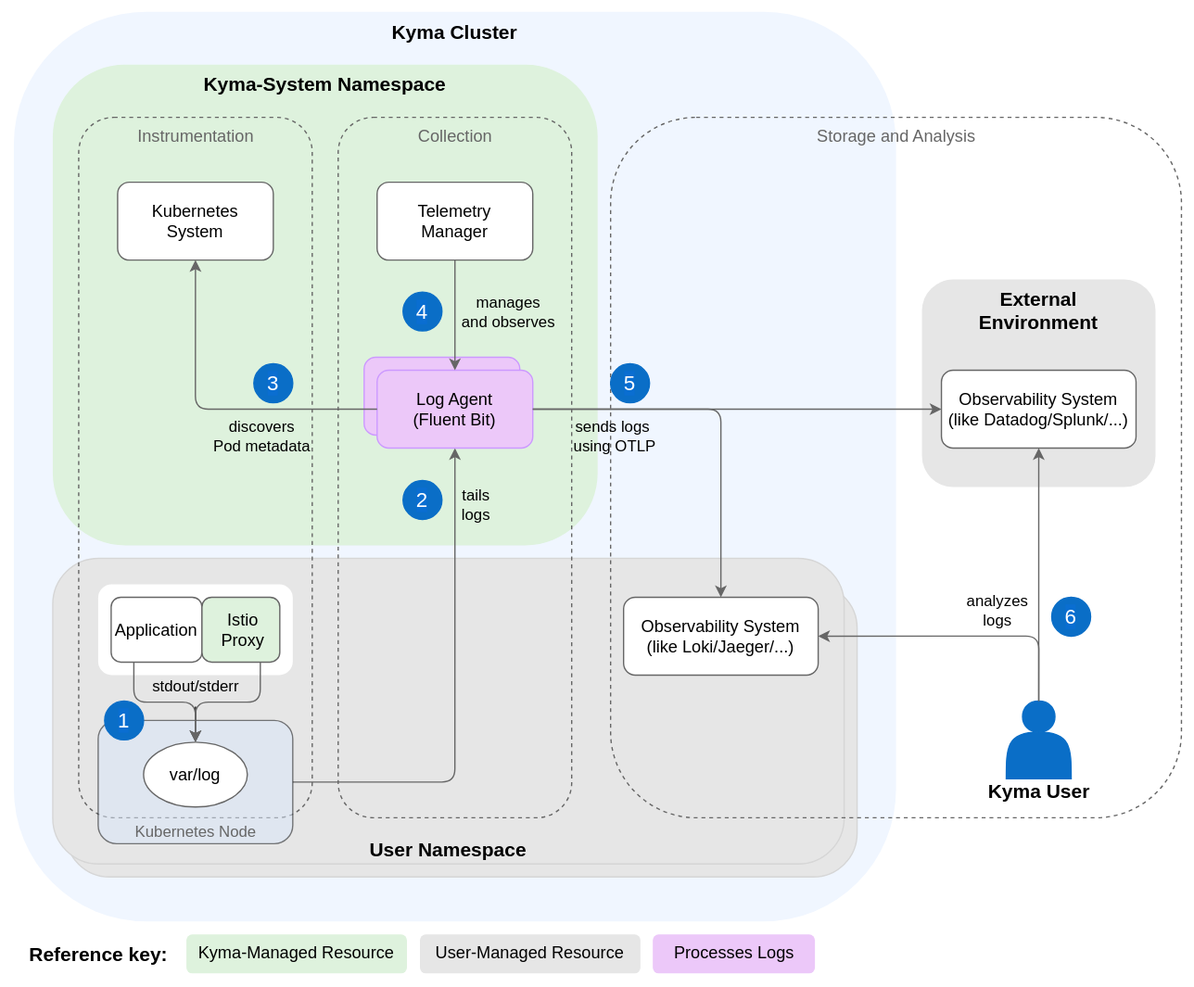
This is docs/user/assets/logs-arch.drawio.svg from kyma-project/telemetry-manager, a draw.io export, as it was before one commit. Source tidied: cells renumbered, new cells last; positions are measured from the earlier drawing's top-left corner, leaving out a move shared by most shapes.
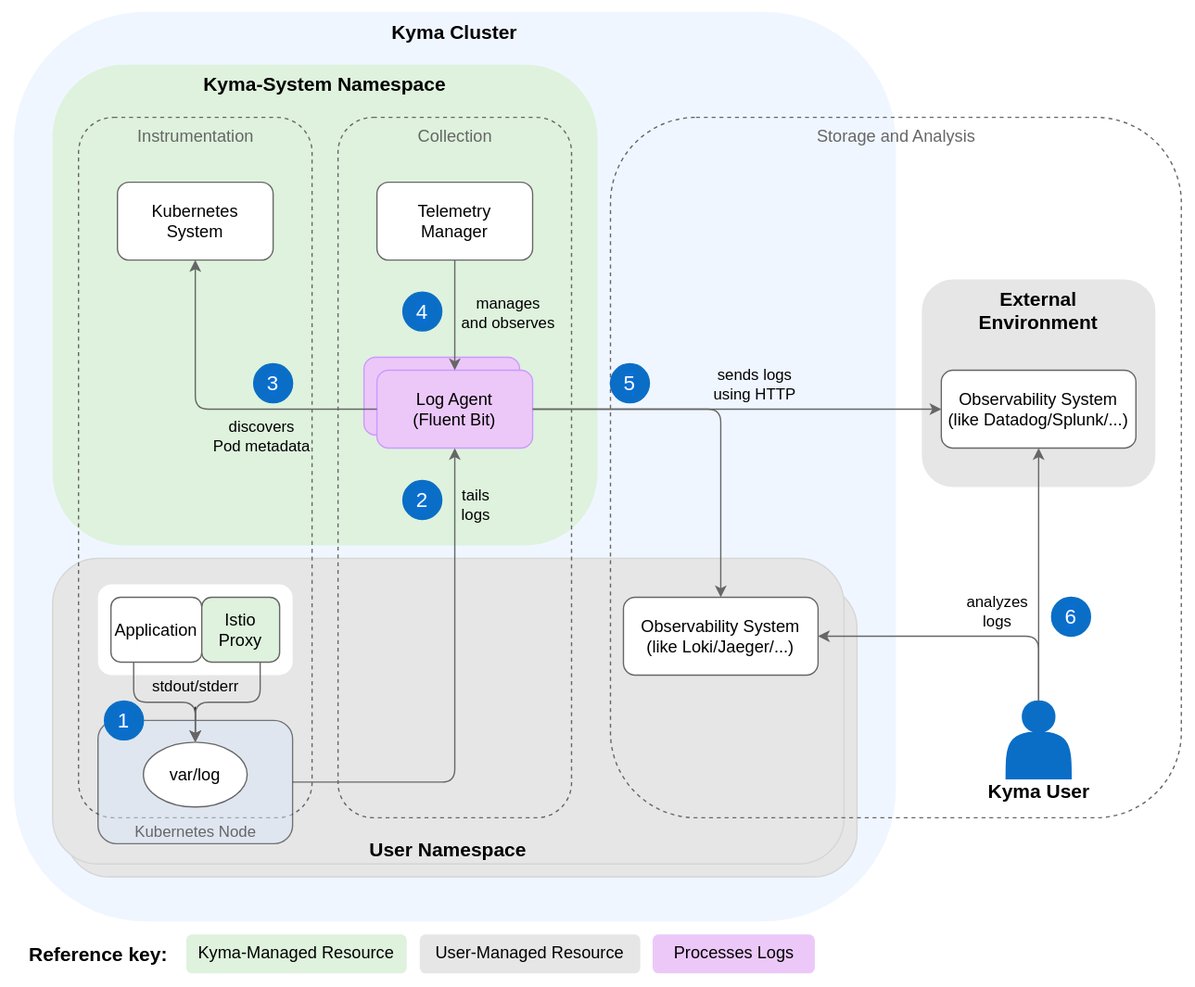
The same file after the commit.

Commit message:
docs: Improved metrics troubleshooting (#1413)

Diff of the diagram source:
```diff
@@ -111,9 +111,9 @@
         </Array>
       </mxGeometry>
     </mxCell>
-    <mxCell id="34" value="sends logs&amp;nbsp;&lt;br style=&quot;font-size: 12px;&quot;&gt;using OTLP" style="edgeLabel;html=1;align=center;verticalAlign=middle;labelBackgroundColor=none;fontSize=12;" parent="33" vertex="1">
+    <mxCell id="34" value="sends logs&amp;nbsp;&lt;br style=&quot;font-size: 12px;&quot;&gt;using HTTP" style="edgeLabel;html=1;align=center;verticalAlign=middle;labelBackgroundColor=none;fontSize=12;" parent="33" vertex="1">
       <mxGeometry x="-0.14" y="-2" relative="1" as="geometry">
-        <mxPoint x="-73" y="18" as="offset" />
+        <mxPoint x="34" y="-22" as="offset" />
       </mxGeometry>
     </mxCell>
     <mxCell id="35" style="edgeStyle=orthogonalEdgeStyle;rounded=1;jettySize=auto;html=1;entryX=0.5;entryY=0;entryDx=0;entryDy=0;strokeColor=#666666;exitX=1;exitY=0.5;exitDx=0;exitDy=0;" parent="1" edge="1" source="28" target="14">
```
